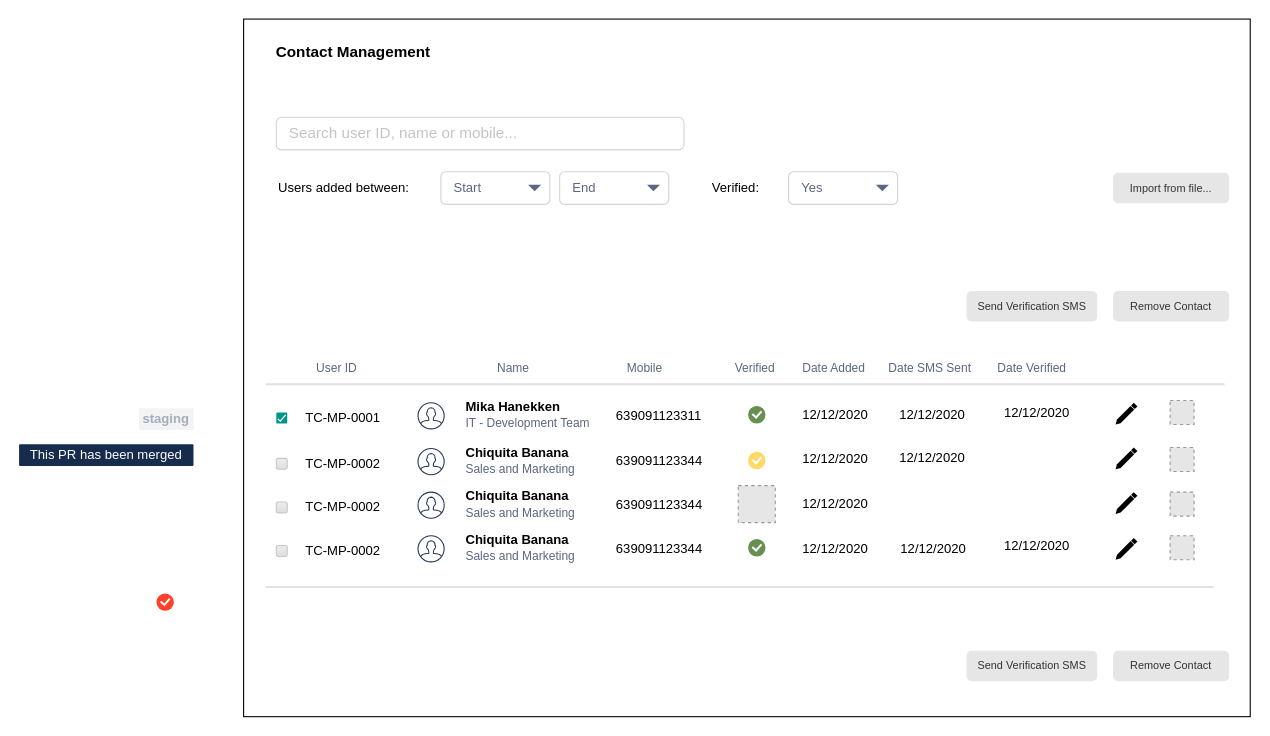
Above: page "Contact Management" (2 of 4) of MFE_BillsCollection_Reboot.drawio in jsuria/jps-app-assets (draw.io), before the change. Source tidied: cells renumbered, new cells numbered last; positions are measured from the earlier drawing's top-left corner, leaving out a move shared by most shapes. Both pictures are drawn from the tidied source at 109%, with x=0, y=0 at pixel (19, 19). Pictures stored in the file or linked from it are replaced by grey dashed boxes.
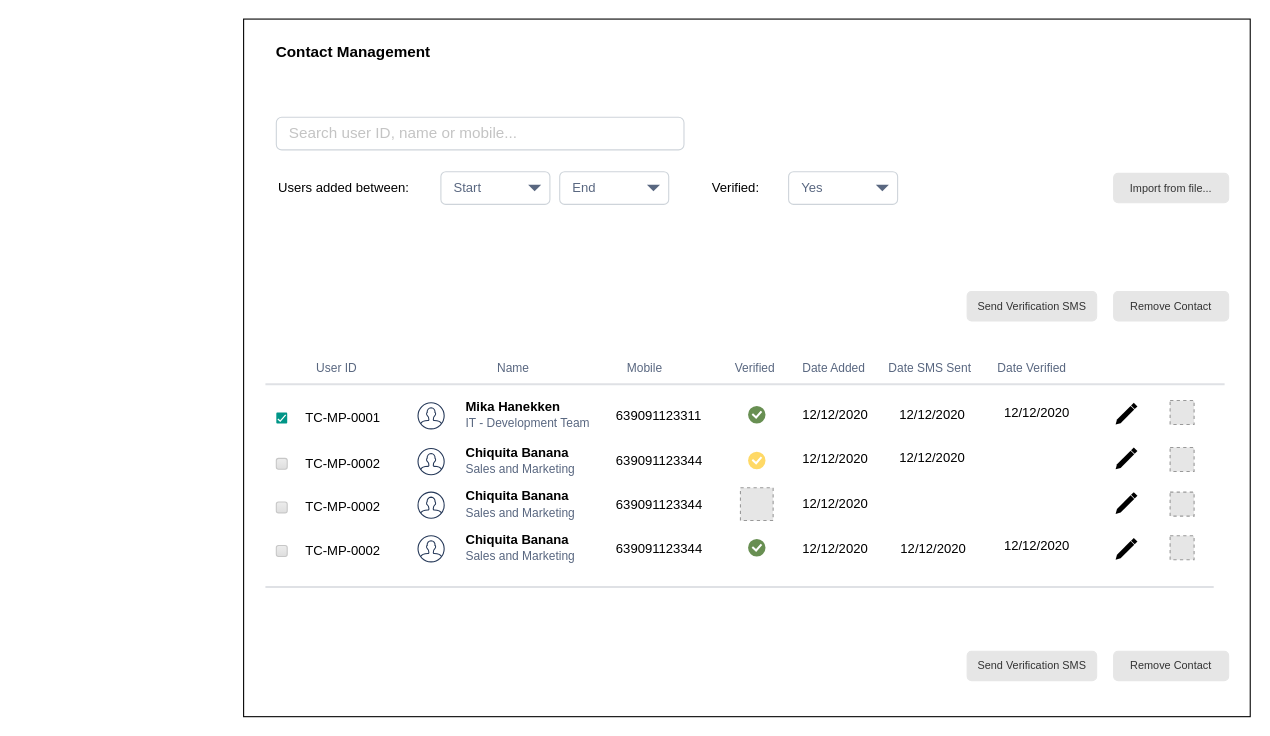
After the change.

Diff of the diagram source:
```diff
@@
-    <mxCell id="2" value="staging" style="rounded=1;arcSize=5;fillColor=#F2F3F5;strokeColor=none;fontColor=#A5ADBA;align=center;verticalAlign=middle;whiteSpace=wrap;fontSize=12;fontStyle=1;html=1;" parent="1" vertex="1">
-      <mxGeometry x="110" y="357" width="50" height="20" as="geometry" />
-    </mxCell>
-    <mxCell id="3" value="This PR has been merged" style="rounded=1;arcSize=5;fillColor=#172B4D;strokeColor=none;fontColor=#ffffff;align=center;verticalAlign=middle;whiteSpace=wrap;fontSize=12;fontStyle=0;html=1;" parent="1" vertex="1">
-      <mxGeometry y="390" width="160" height="20" as="geometry" />
-    </mxCell>
-    <mxCell id="4" style="html=1;shadow=0;dashed=0;shape=mxgraph.atlassian.checkbox;strokeColor=none;fontColor=#ffffff;align=center;verticalAlign=middle;whiteSpace=wrap;fontSize=10;fontStyle=0;html=1;rounded=0;fillColor=#FF412B;" parent="1" vertex="1">
-      <mxGeometry x="126" y="526.9" width="16" height="16" as="geometry" />
-    </mxCell>
+    <mxCell id="72" style="group;" parent="1" vertex="1">
+      <mxGeometry x="206" width="923.5" height="640" as="geometry" />
+    </mxCell>
-    <mxCell id="5" style="group;" parent="1" vertex="1">
-      <mxGeometry x="206" width="923.5" height="640" as="geometry" />
+    <mxCell id="5" style="group;" parent="72" vertex="1">
+      <mxGeometry width="923.5" height="640" as="geometry" />
     </mxCell>
@@
     <mxCell id="71" style="fillColor=#E6E6E6;strokeColor=#999999;dashed=1;html=1;verticalAlign=top;verticalLabelPosition=bottom;labelBackgroundColor=#ffffff;fontSize=14;fontColor=#C4C4C4;align=center;" parent="5" vertex="1">
-      <mxGeometry x="453.8" y="428" width="34" height="34" as="geometry" />
+      <mxGeometry x="455.8" y="430" width="30" height="30" as="geometry" />
     </mxCell>
```
